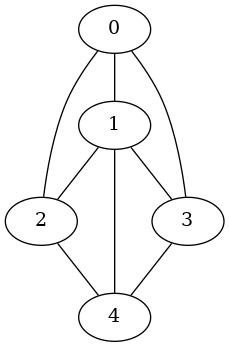
The Graphviz diagram algorithm_visualizer/src/save/tmp/ugraph.png in Les-Alchimistes-Labs/AlgorithmVisualizer, before a commit. Its source is kept beside it as algorithm_visualizer/src/save/tmp/ugraph.dot.
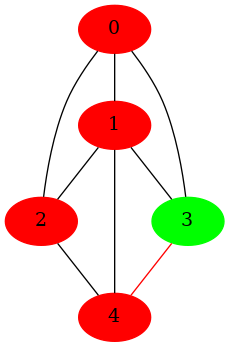
Later version of the same file.

Change to the diagram source:
```diff
@@ -6,10 +6,10 @@
 n1--n3 // 1 3
 n1--n4 // 1 4
 n2--n4 // 2 4
-n3--n4 // 3 4
-n0 [label="0"]
-n1 [label="1"]
-n2 [label="2"]
-n3 [label="3"]
-n4 [label="4"]
+n3--n4 [color = red] // 3 4
+n0 [label="0", style = filled , color = red ]
+n1 [label="1", style = filled , color = red ]
+n2 [label="2", style = filled , color = red ]
+n3 [label="3", style = filled , color = green ]
+n4 [label="4", style = filled , color = red ]
 }
```
